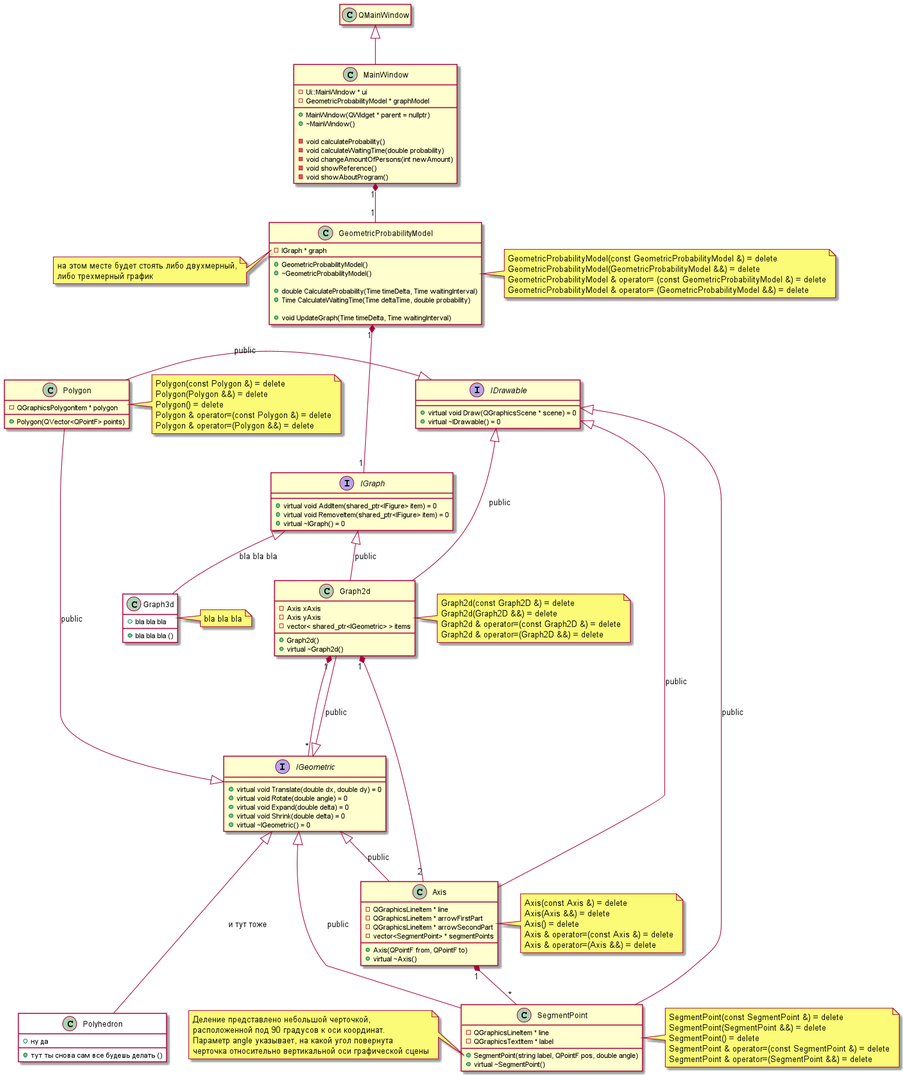
This is doc/graph2d class.png from HandsAndKeyboards/AppointmentProblem, a PlantUML export, as it was before one commit.
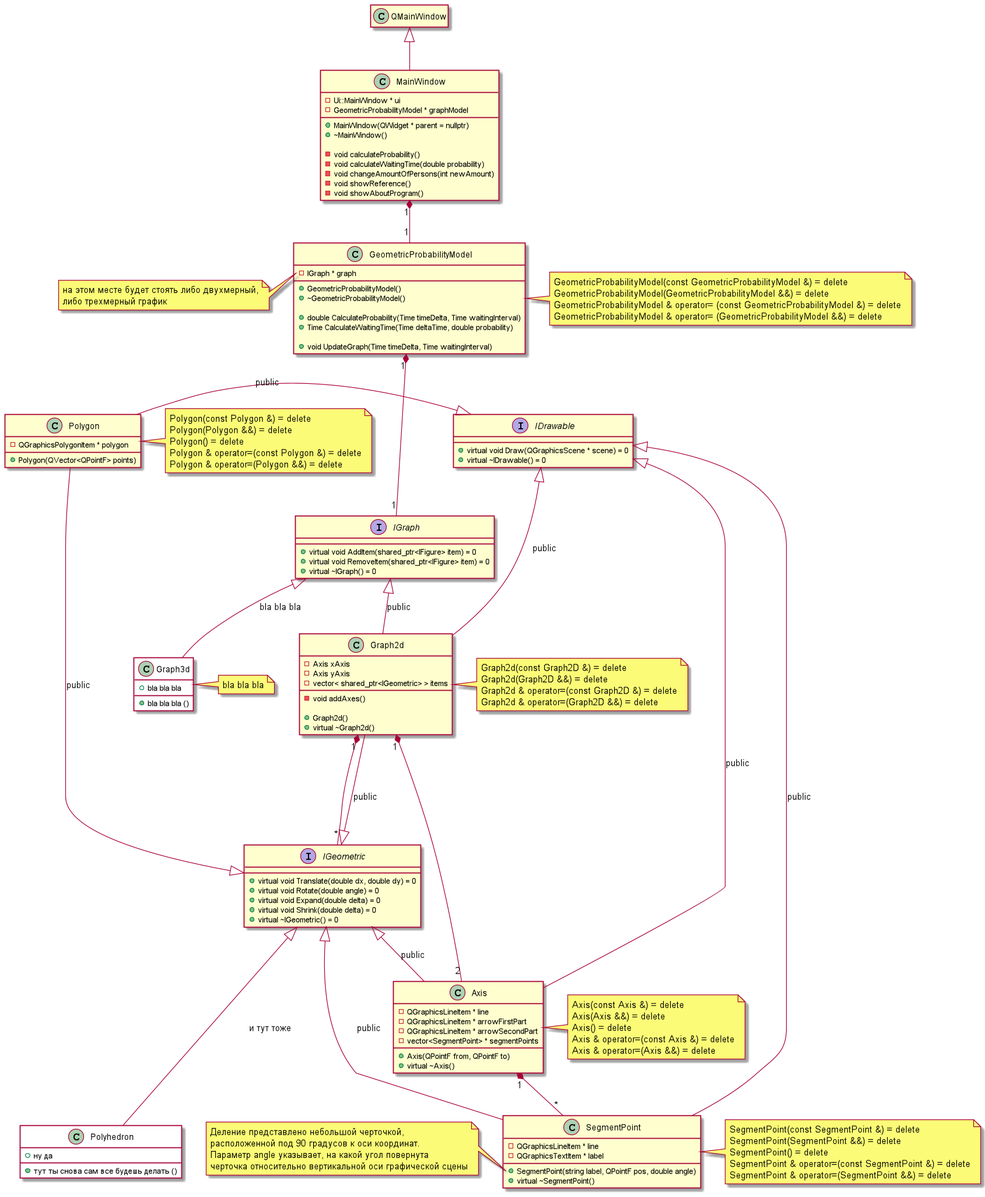
After the commit.

Commit message:
описан метод добавления осей координат на 2д график

The edit, as a diff of the source:
```diff
@@ -64,6 +64,8 @@
     - Axis xAxis
     - Axis yAxis
     - vector< shared_ptr<IGeometric> > items
+
+    - void addAxes()
 
     + Graph2d()
     + virtual ~Graph2d()
```
